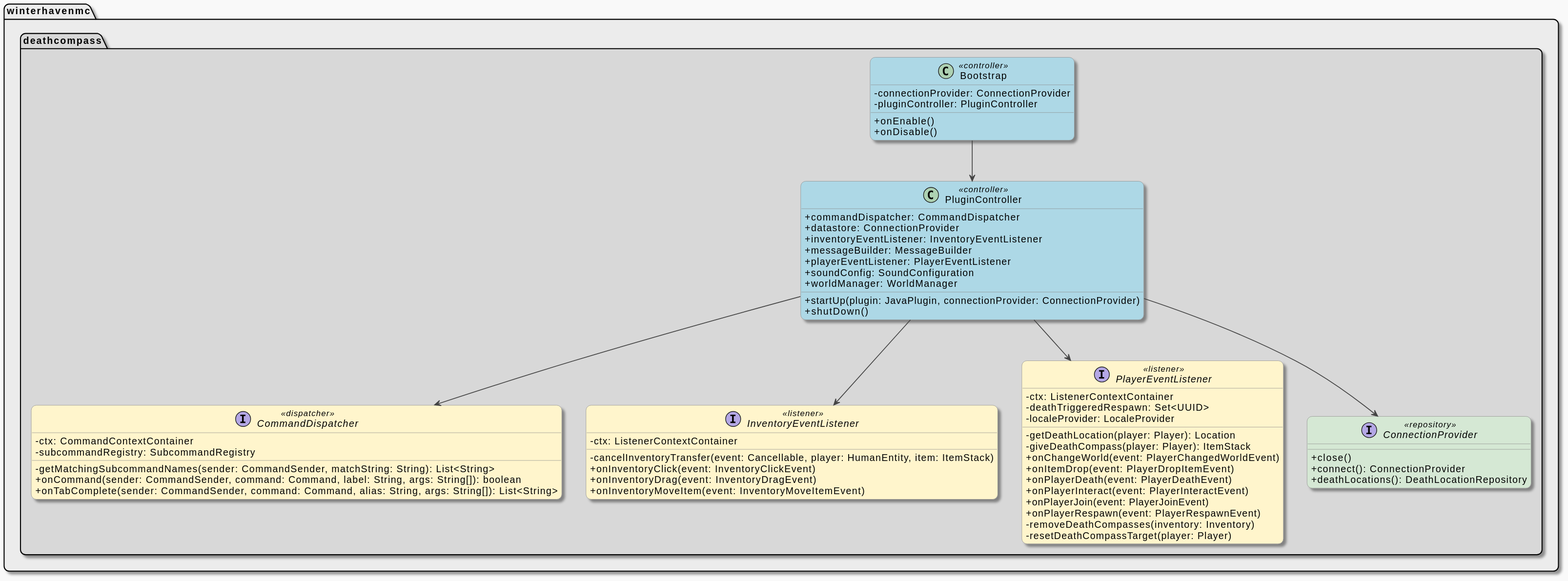
Above: core/doc-files/diagrams/PluginController_structure_alt.svg in winterhavenmc/SavageDeathCompass (PlantUML), before the change. Its diagram source:
```plantuml
@startuml
skinparam backgroundColor #f9f9f9
skinparam shadowing true
skinparam roundCorner 15
skinparam ArrowColor #444444
skinparam ArrowThickness 1.2
skinparam ArrowFontSize 11
skinparam packageTitleFontSize 14
skinparam classFontName "Helvetica"
skinparam classAttributeIconSize 0
skinparam class {
  BackgroundColor white
  BorderColor #888888
}

skinparam class {
  BackgroundColor<<controller>> LightBlue
  BackgroundColor<<manager>> Lavender
  BackgroundColor<<dispatcher>> #FFF5CC
  BackgroundColor<<listener>> #FFF5CC
  BackgroundColor<<utility>> #E6F0FF
  BackgroundColor<<repository>> #D5E8D4
}

package "winterhavenmc" #ececec {
  package "deathcompass" #d8d8d8 {

    class Bootstrap <<controller>> {
      - connectionProvider: ConnectionProvider
      - pluginController: PluginController
      + onEnable()
      + onDisable()
    }

    class PluginController <<controller>> {
      + commandDispatcher: CommandDispatcher
      + datastore: ConnectionProvider
      + inventoryEventListener: InventoryEventListener
      + messageBuilder: MessageBuilder
      + playerEventListener: PlayerEventListener
      + soundConfig: SoundConfiguration
      + worldManager: WorldManager
      + startUp(plugin: JavaPlugin, connectionProvider: ConnectionProvider)
      + shutDown()
    }

    interface CommandDispatcher <<dispatcher>> {
      - ctx: CommandContextContainer
      - subcommandRegistry: SubcommandRegistry
      - getMatchingSubcommandNames(sender: CommandSender, matchString: String): List<String>
      + onCommand(sender: CommandSender, command: Command, label: String, args: String[]): boolean
      + onTabComplete(sender: CommandSender, command: Command, alias: String, args: String[]): List<String>
    }

    interface InventoryEventListener <<listener>> {
      - ctx: ListenerContextContainer
      - cancelInventoryTransfer(event: Cancellable, player: HumanEntity, item: ItemStack)
      + onInventoryClick(event: InventoryClickEvent)
      + onInventoryDrag(event: InventoryDragEvent)
      + onInventoryMoveItem(event: InventoryMoveItemEvent)
    }

    interface PlayerEventListener <<listener>> {
      - ctx: ListenerContextContainer
      - deathTriggeredRespawn: Set<UUID>
      - localeProvider: LocaleProvider
      - getDeathLocation(player: Player): Location
      - giveDeathCompass(player: Player): ItemStack
      + onChangeWorld(event: PlayerChangedWorldEvent)
      + onItemDrop(event: PlayerDropItemEvent)
      + onPlayerDeath(event: PlayerDeathEvent)
      + onPlayerInteract(event: PlayerInteractEvent)
      + onPlayerJoin(event: PlayerJoinEvent)
      + onPlayerRespawn(event: PlayerRespawnEvent)
      - removeDeathCompasses(inventory: Inventory)
      - resetDeathCompassTarget(player: Player)
    }

    interface ConnectionProvider <<repository>> {
      + close()
      + connect(): ConnectionProvider
      + deathLocations(): DeathLocationRepository
    }
  }
}

Bootstrap --> PluginController
PluginController --> CommandDispatcher
PluginController --> ConnectionProvider
PluginController --> InventoryEventListener
PluginController --> PlayerEventListener
@enduml
```
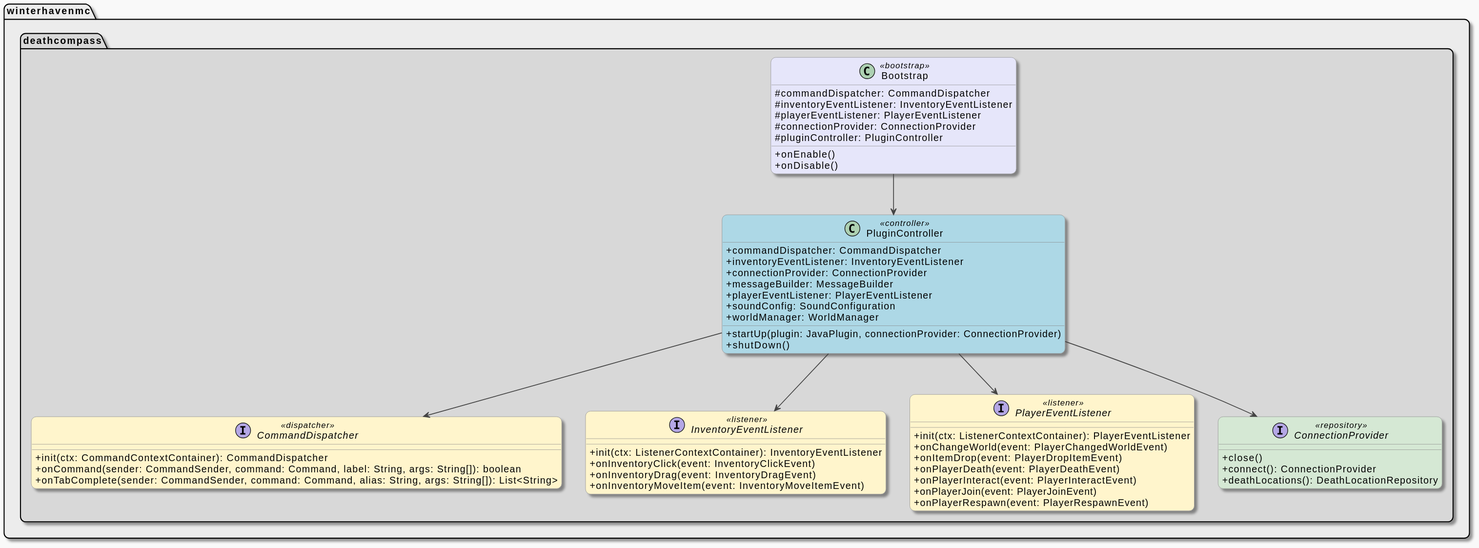
Above is the later version.

The edit, as a diff of the source:
```diff
@@ -14,6 +14,7 @@
 }
 
 skinparam class {
+  BackgroundColor<<bootstrap>> Lavender
   BackgroundColor<<controller>> LightBlue
   BackgroundColor<<manager>> Lavender
   BackgroundColor<<dispatcher>> #FFF5CC
@@ -22,20 +23,26 @@
   BackgroundColor<<repository>> #D5E8D4
 }
 
-package "winterhavenmc" #ececec {
-  package "deathcompass" #d8d8d8 {
-
-    class Bootstrap <<controller>> {
-      - connectionProvider: ConnectionProvider
-      - pluginController: PluginController
+package "winterhavenmc" #ececec
+{
+  package "deathcompass" #d8d8d8
+  {
+    class Bootstrap <<bootstrap>>
+    {
+      # commandDispatcher: CommandDispatcher
+      # inventoryEventListener: InventoryEventListener
+      # playerEventListener: PlayerEventListener
+      # connectionProvider: ConnectionProvider
+      # pluginController: PluginController
       + onEnable()
       + onDisable()
     }
 
-    class PluginController <<controller>> {
+    class PluginController <<controller>>
+    {
       + commandDispatcher: CommandDispatcher
-      + datastore: ConnectionProvider
       + inventoryEventListener: InventoryEventListener
+      + connectionProvider: ConnectionProvider
       + messageBuilder: MessageBuilder
       + playerEventListener: PlayerEventListener
       + soundConfig: SoundConfiguration
@@ -44,36 +51,29 @@
       + shutDown()
     }
 
-    interface CommandDispatcher <<dispatcher>> {
-      - ctx: CommandContextContainer
-      - subcommandRegistry: SubcommandRegistry
-      - getMatchingSubcommandNames(sender: CommandSender, matchString: String): List<String>
+    interface CommandDispatcher <<dispatcher>>
+    {
+      + init(ctx: CommandContextContainer): CommandDispatcher
       + onCommand(sender: CommandSender, command: Command, label: String, args: String[]): boolean
       + onTabComplete(sender: CommandSender, command: Command, alias: String, args: String[]): List<String>
     }
 
-    interface InventoryEventListener <<listener>> {
-      - ctx: ListenerContextContainer
-      - cancelInventoryTransfer(event: Cancellable, player: HumanEntity, item: ItemStack)
+    interface InventoryEventListener <<listener>>
+    {
+      + init(ctx: ListenerContextContainer): InventoryEventListener
       + onInventoryClick(event: InventoryClickEvent)
       + onInventoryDrag(event: InventoryDragEvent)
       + onInventoryMoveItem(event: InventoryMoveItemEvent)
     }
 
     interface PlayerEventListener <<listener>> {
-      - ctx: ListenerContextContainer
-      - deathTriggeredRespawn: Set<UUID>
-      - localeProvider: LocaleProvider
-      - getDeathLocation(player: Player): Location
-      - giveDeathCompass(player: Player): ItemStack
+      + init(ctx: ListenerContextContainer): PlayerEventListener
       + onChangeWorld(event: PlayerChangedWorldEvent)
       + onItemDrop(event: PlayerDropItemEvent)
       + onPlayerDeath(event: PlayerDeathEvent)
       + onPlayerInteract(event: PlayerInteractEvent)
       + onPlayerJoin(event: PlayerJoinEvent)
       + onPlayerRespawn(event: PlayerRespawnEvent)
-      - removeDeathCompasses(inventory: Inventory)
-      - resetDeathCompassTarget(player: Player)
     }
 
     interface ConnectionProvider <<repository>> {
```
